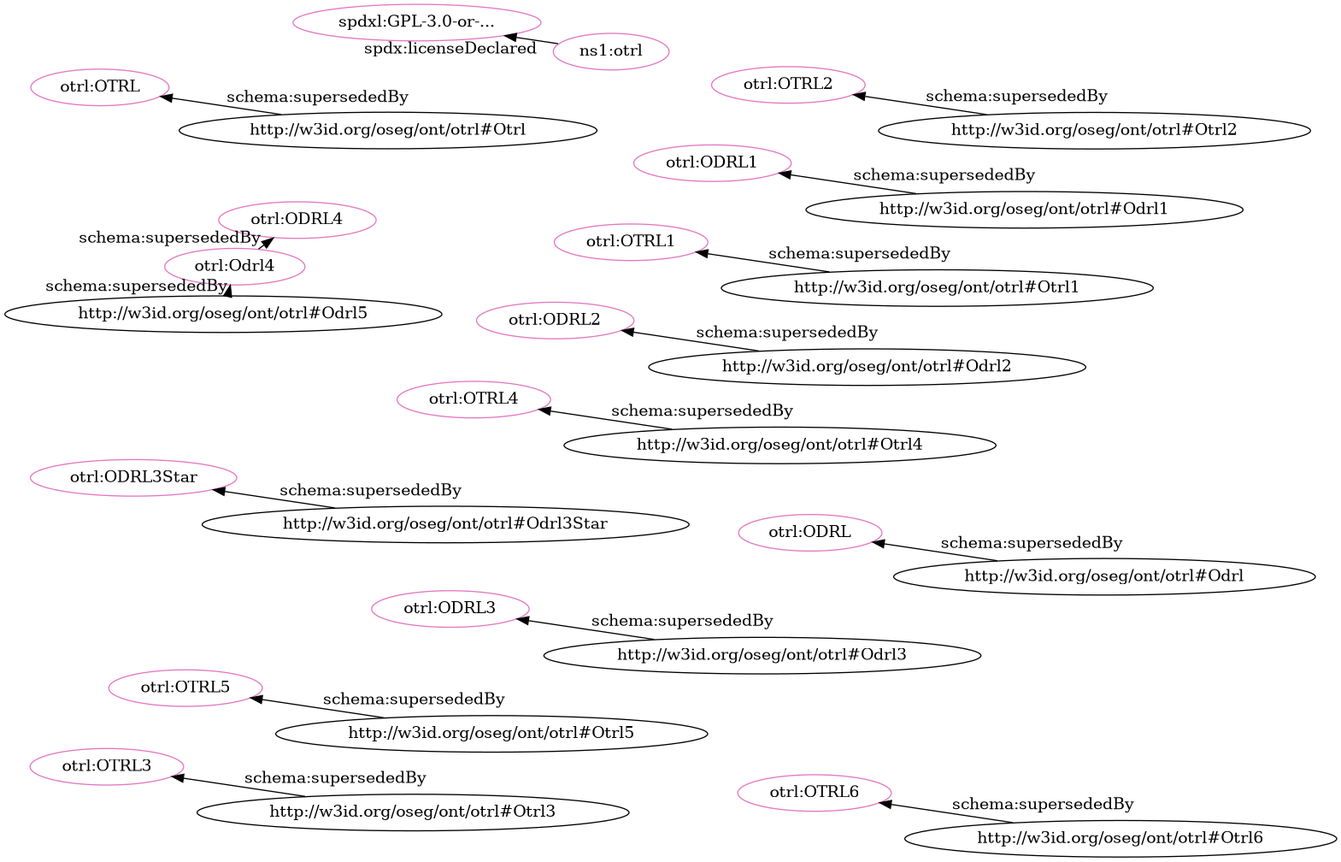
iop-alliance/OpenKnowHow keeps this Graphviz diagram as src/spec/fdp_otrl_deprecated-clean.png. Above is the earlier version. Its source is kept beside it as src/spec/fdp_otrl_deprecated-clean.dot.
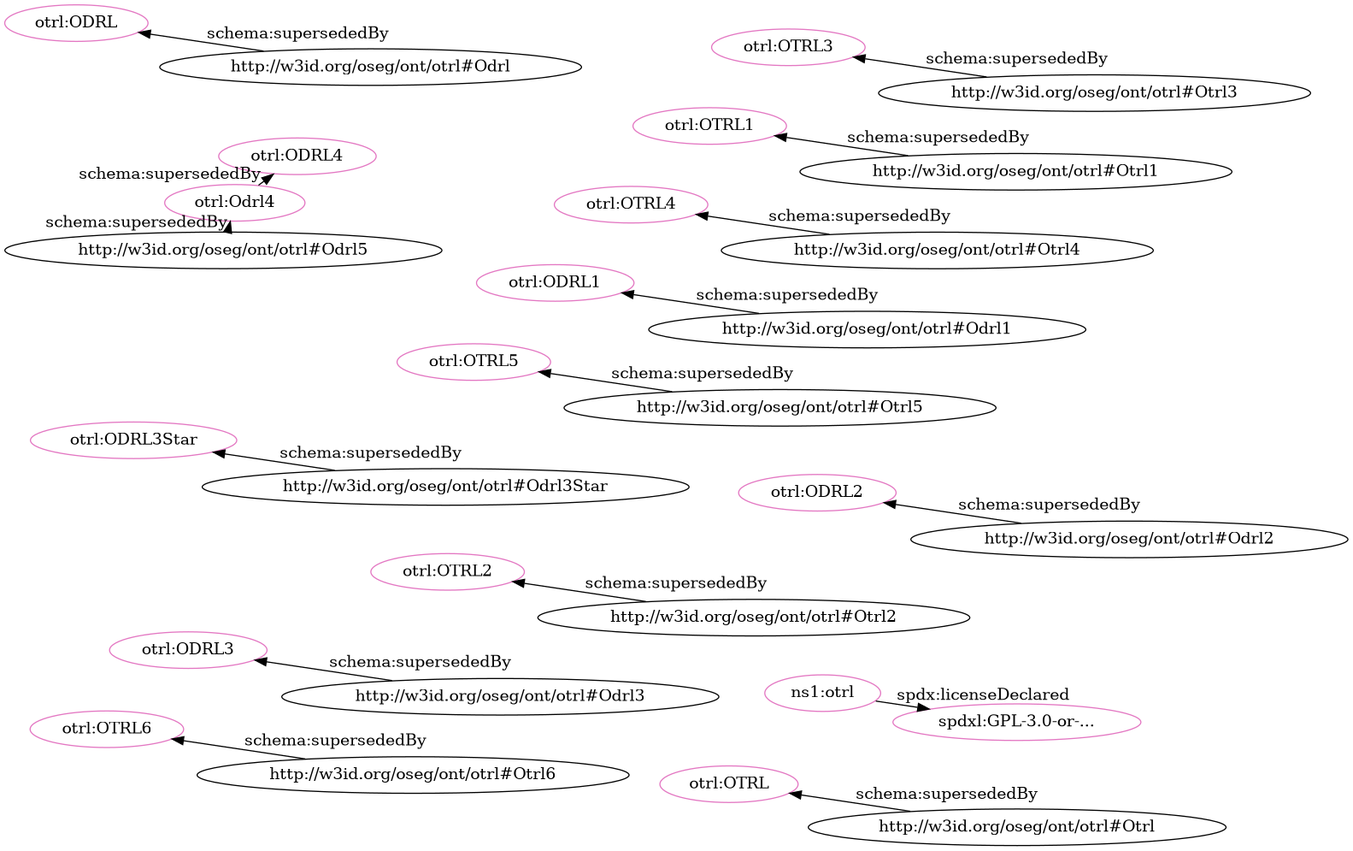
Later version of the same file.

Change to the diagram source:
```diff
@@ -1,35 +1,35 @@
 digraph G {
   rankdir=BT
   node[height=.3]
+"http://w3id.org/oseg/ont/otrl#OTRL5" [fillcolor="#e377c2" color="#e377c2" label="otrl:OTRL5"]
+"http://w3id.org/oseg/ont/otrl" [fillcolor="#e377c2" color="#e377c2" label="ns1:otrl"]
+"http://w3id.org/oseg/ont/otrl#ODRL1" [fillcolor="#e377c2" color="#e377c2" label="otrl:ODRL1"]
+"http://w3id.org/oseg/ont/otrl#Odrl4" [fillcolor="#e377c2" color="#e377c2" label="otrl:Odrl4"]
+"http://w3id.org/oseg/ont/otrl#OTRL2" [fillcolor="#e377c2" color="#e377c2" label="otrl:OTRL2"]
+"http://spdx.org/licenses/GPL-3.0-or-later" [fillcolor="#e377c2" color="#e377c2" label="spdxl:GPL-3.0-or-..."]
 "http://w3id.org/oseg/ont/otrl#OTRL4" [fillcolor="#e377c2" color="#e377c2" label="otrl:OTRL4"]
-"http://w3id.org/oseg/ont/otrl#ODRL2" [fillcolor="#e377c2" color="#e377c2" label="otrl:ODRL2"]
-"http://spdx.org/licenses/GPL-3.0-or-later" [fillcolor="#e377c2" color="#e377c2" label="spdxl:GPL-3.0-or-..."]
-"http://w3id.org/oseg/ont/otrl#Odrl4" [fillcolor="#e377c2" color="#e377c2" label="otrl:Odrl4"]
+"http://w3id.org/oseg/ont/otrl#OTRL1" [fillcolor="#e377c2" color="#e377c2" label="otrl:OTRL1"]
+"http://w3id.org/oseg/ont/otrl#ODRL3Star" [fillcolor="#e377c2" color="#e377c2" label="otrl:ODRL3Star"]
 "http://w3id.org/oseg/ont/otrl#ODRL3" [fillcolor="#e377c2" color="#e377c2" label="otrl:ODRL3"]
-"http://w3id.org/oseg/ont/otrl#OTRL1" [fillcolor="#e377c2" color="#e377c2" label="otrl:OTRL1"]
-"http://w3id.org/oseg/ont/otrl#ODRL1" [fillcolor="#e377c2" color="#e377c2" label="otrl:ODRL1"]
-"http://w3id.org/oseg/ont/otrl#OTRL5" [fillcolor="#e377c2" color="#e377c2" label="otrl:OTRL5"]
-"http://w3id.org/oseg/ont/otrl#OTRL" [fillcolor="#e377c2" color="#e377c2" label="otrl:OTRL"]
-"http://w3id.org/oseg/ont/otrl" [fillcolor="#e377c2" color="#e377c2" label="ns1:otrl"]
-"http://w3id.org/oseg/ont/otrl#OTRL2" [fillcolor="#e377c2" color="#e377c2" label="otrl:OTRL2"]
-"http://w3id.org/oseg/ont/otrl#ODRL3Star" [fillcolor="#e377c2" color="#e377c2" label="otrl:ODRL3Star"]
+"http://w3id.org/oseg/ont/otrl#ODRL4" [fillcolor="#e377c2" color="#e377c2" label="otrl:ODRL4"]
 "http://w3id.org/oseg/ont/otrl#OTRL3" [fillcolor="#e377c2" color="#e377c2" label="otrl:OTRL3"]
 "http://w3id.org/oseg/ont/otrl#OTRL6" [fillcolor="#e377c2" color="#e377c2" label="otrl:OTRL6"]
-"http://w3id.org/oseg/ont/otrl#ODRL4" [fillcolor="#e377c2" color="#e377c2" label="otrl:ODRL4"]
+"http://w3id.org/oseg/ont/otrl#OTRL" [fillcolor="#e377c2" color="#e377c2" label="otrl:OTRL"]
 "http://w3id.org/oseg/ont/otrl#ODRL" [fillcolor="#e377c2" color="#e377c2" label="otrl:ODRL"]
+"http://w3id.org/oseg/ont/otrl#ODRL2" [fillcolor="#e377c2" color="#e377c2" label="otrl:ODRL2"]
+  "http://w3id.org/oseg/ont/otrl#Odrl2" -> "http://w3id.org/oseg/ont/otrl#ODRL2" [label="schema:supersededBy"]
+  "http://w3id.org/oseg/ont/otrl#Otrl5" -> "http://w3id.org/oseg/ont/otrl#OTRL5" [label="schema:supersededBy"]
+  "http://w3id.org/oseg/ont/otrl#Odrl1" -> "http://w3id.org/oseg/ont/otrl#ODRL1" [label="schema:supersededBy"]
+  "http://w3id.org/oseg/ont/otrl#Odrl5" -> "http://w3id.org/oseg/ont/otrl#Odrl4" [label="schema:supersededBy"]
+  "http://w3id.org/oseg/ont/otrl" -> "http://spdx.org/licenses/GPL-3.0-or-later" [label="spdx:licenseDeclared"]
   "http://w3id.org/oseg/ont/otrl#Otrl4" -> "http://w3id.org/oseg/ont/otrl#OTRL4" [label="schema:supersededBy"]
-  "http://w3id.org/oseg/ont/otrl#Odrl2" -> "http://w3id.org/oseg/ont/otrl#ODRL2" [label="schema:supersededBy"]
-  "http://w3id.org/oseg/ont/otrl" -> "http://spdx.org/licenses/GPL-3.0-or-later" [label="spdx:licenseDeclared"]
-  "http://w3id.org/oseg/ont/otrl#Odrl5" -> "http://w3id.org/oseg/ont/otrl#Odrl4" [label="schema:supersededBy"]
+  "http://w3id.org/oseg/ont/otrl#Otrl1" -> "http://w3id.org/oseg/ont/otrl#OTRL1" [label="schema:supersededBy"]
+  "http://w3id.org/oseg/ont/otrl#Odrl" -> "http://w3id.org/oseg/ont/otrl#ODRL" [label="schema:supersededBy"]
+  "http://w3id.org/oseg/ont/otrl#Odrl3Star" -> "http://w3id.org/oseg/ont/otrl#ODRL3Star" [label="schema:supersededBy"]
   "http://w3id.org/oseg/ont/otrl#Odrl3" -> "http://w3id.org/oseg/ont/otrl#ODRL3" [label="schema:supersededBy"]
-  "http://w3id.org/oseg/ont/otrl#Odrl1" -> "http://w3id.org/oseg/ont/otrl#ODRL1" [label="schema:supersededBy"]
-  "http://w3id.org/oseg/ont/otrl#Otrl5" -> "http://w3id.org/oseg/ont/otrl#OTRL5" [label="schema:supersededBy"]
+  "http://w3id.org/oseg/ont/otrl#Odrl4" -> "http://w3id.org/oseg/ont/otrl#ODRL4" [label="schema:supersededBy"]
+  "http://w3id.org/oseg/ont/otrl#Otrl3" -> "http://w3id.org/oseg/ont/otrl#OTRL3" [label="schema:supersededBy"]
+  "http://w3id.org/oseg/ont/otrl#Otrl6" -> "http://w3id.org/oseg/ont/otrl#OTRL6" [label="schema:supersededBy"]
   "http://w3id.org/oseg/ont/otrl#Otrl" -> "http://w3id.org/oseg/ont/otrl#OTRL" [label="schema:supersededBy"]
   "http://w3id.org/oseg/ont/otrl#Otrl2" -> "http://w3id.org/oseg/ont/otrl#OTRL2" [label="schema:supersededBy"]
-  "http://w3id.org/oseg/ont/otrl#Odrl3Star" -> "http://w3id.org/oseg/ont/otrl#ODRL3Star" [label="schema:supersededBy"]
-  "http://w3id.org/oseg/ont/otrl#Otrl3" -> "http://w3id.org/oseg/ont/otrl#OTRL3" [label="schema:supersededBy"]
-  "http://w3id.org/oseg/ont/otrl#Otrl6" -> "http://w3id.org/oseg/ont/otrl#OTRL6" [label="schema:supersededBy"]
-  "http://w3id.org/oseg/ont/otrl#Odrl4" -> "http://w3id.org/oseg/ont/otrl#ODRL4" [label="schema:supersededBy"]
-  "http://w3id.org/oseg/ont/otrl#Otrl1" -> "http://w3id.org/oseg/ont/otrl#OTRL1" [label="schema:supersededBy"]
-  "http://w3id.org/oseg/ont/otrl#Odrl" -> "http://w3id.org/oseg/ont/otrl#ODRL" [label="schema:supersededBy"]
 }
```
